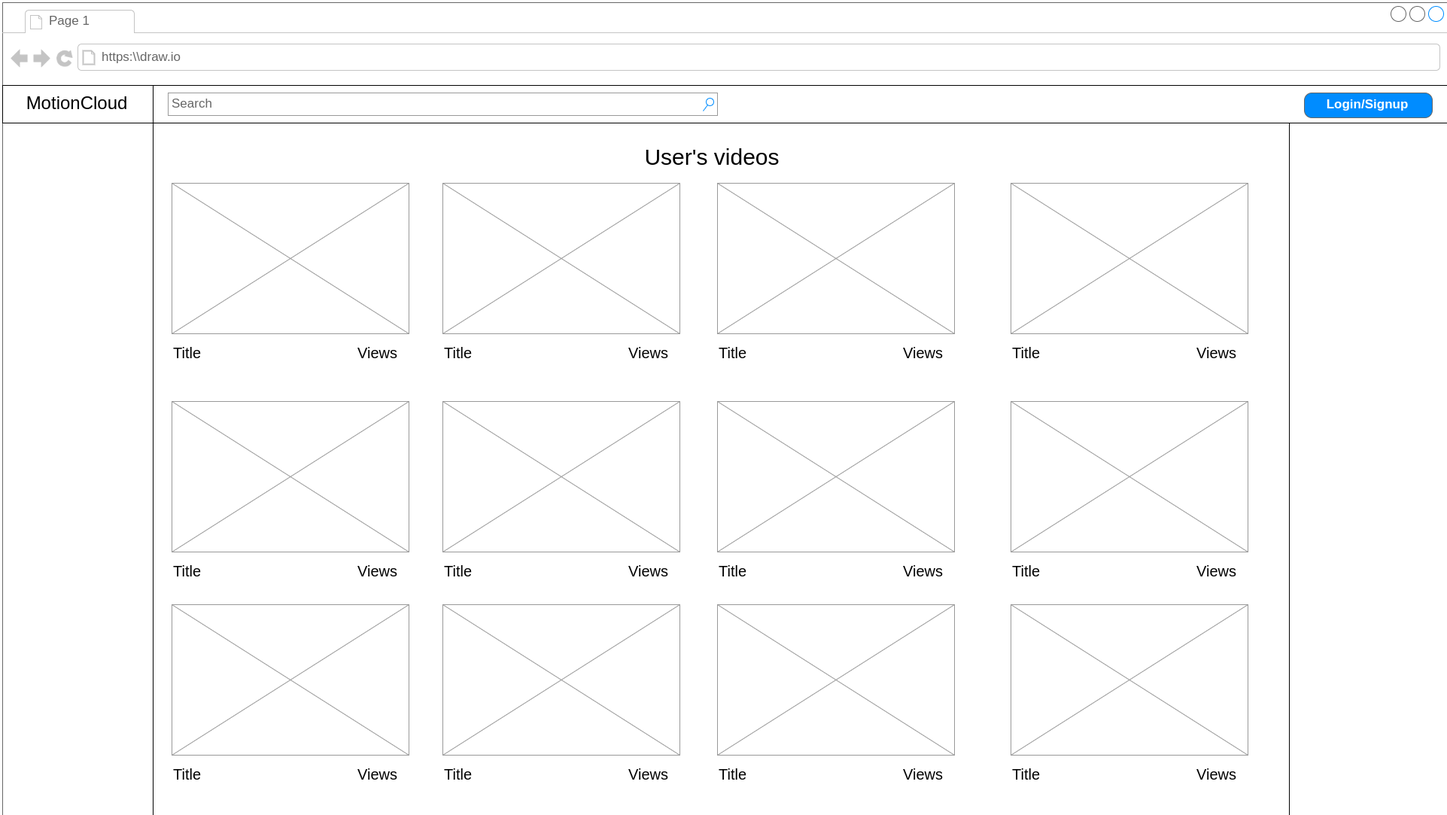
This is docs/wireframes/user-show.png from pv97/Motion-Cloud, a draw.io export, as it was before one commit. Source tidied: cells renumbered, new cells last; positions are measured from the earlier drawing's top-left corner, leaving out a move shared by most shapes.
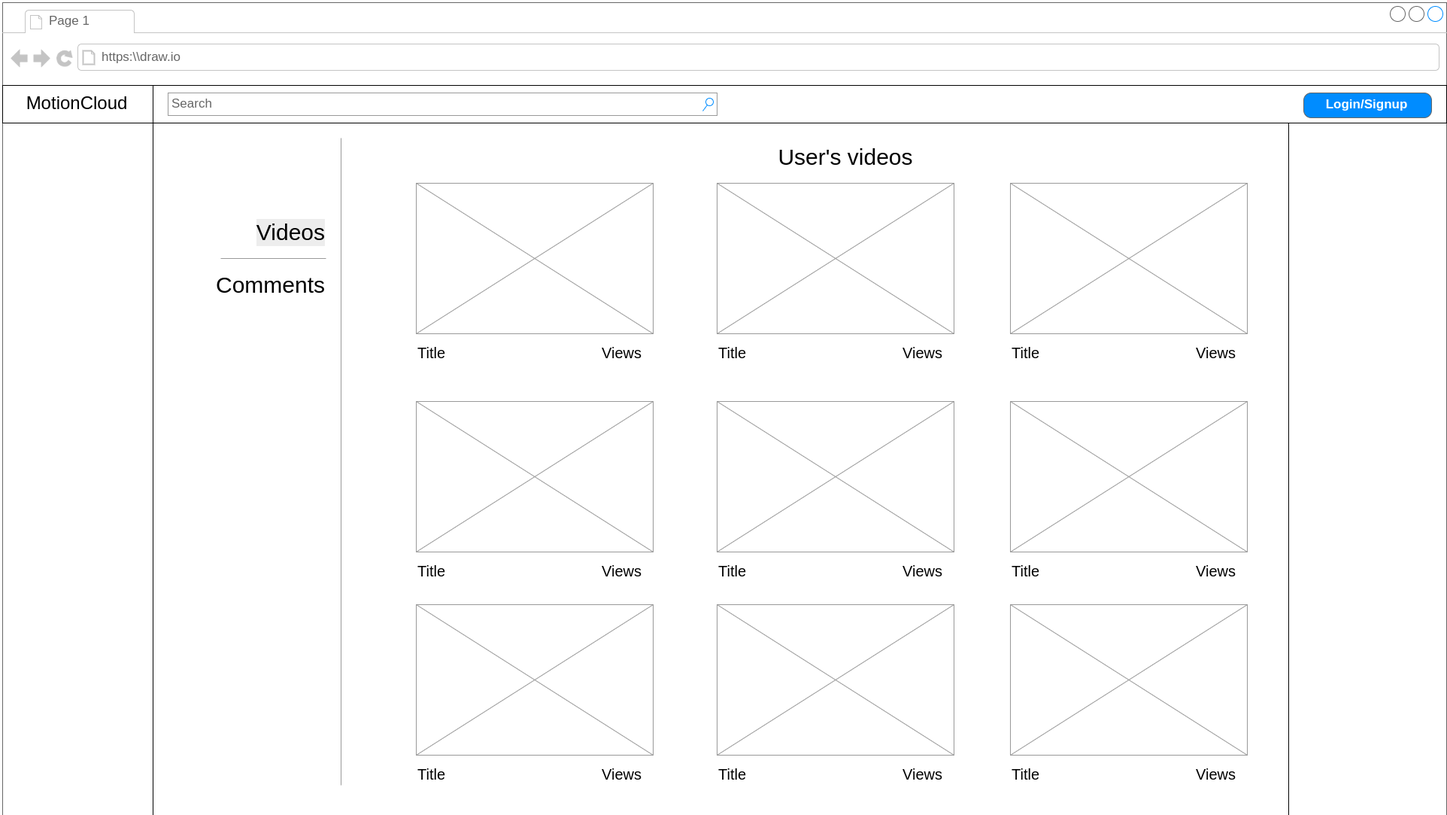
Later version of the same file.

Change to the diagram source:
```diff
@@ -1,4 +1,4 @@
-<mxGraphModel background="#ffffff">
+<mxGraphModel>
   <root>
     <mxCell id="0" />
     <mxCell id="1" parent="0" />
@@ -26,23 +26,14 @@
     <mxCell id="9" style="whiteSpace=wrap;html=1;" parent="2" vertex="1">
       <mxGeometry x="200" y="160" width="1510" height="920" as="geometry" />
     </mxCell>
-    <mxCell id="10" style="verticalLabelPosition=bottom;shadow=0;dashed=0;align=center;html=1;verticalAlign=top;strokeWidth=1;shape=mxgraph.mockup.graphics.simpleIcon;strokeColor=#999999;fillColor=#ffffff;" parent="2" vertex="1">
-      <mxGeometry x="225" y="240" width="315" height="200" as="geometry" />
-    </mxCell>
-    <mxCell id="11" value="&lt;div style=&quot;text-align: left&quot;&gt;&lt;span&gt;&lt;font style=&quot;font-size: 20px&quot;&gt;Title&lt;/font&gt;&lt;/span&gt;&lt;/div&gt;" style="text;html=1;strokeColor=none;fillColor=none;align=left;verticalAlign=middle;whiteSpace=wrap;" parent="2" vertex="1">
-      <mxGeometry x="225" y="440" width="165" height="50" as="geometry" />
-    </mxCell>
-    <mxCell id="12" value="&lt;div style=&quot;text-align: left&quot;&gt;&lt;span style=&quot;font-size: 20px&quot;&gt;Views&lt;/span&gt;&lt;/div&gt;" style="text;html=1;strokeColor=none;fillColor=none;align=left;verticalAlign=middle;whiteSpace=wrap;" parent="2" vertex="1">
-      <mxGeometry x="470" y="440" width="70" height="50" as="geometry" />
-    </mxCell>
     <mxCell id="13" style="verticalLabelPosition=bottom;shadow=0;dashed=0;align=center;html=1;verticalAlign=top;strokeWidth=1;shape=mxgraph.mockup.graphics.simpleIcon;strokeColor=#999999;fillColor=#ffffff;" parent="2" vertex="1">
-      <mxGeometry x="585" y="240" width="315" height="200" as="geometry" />
+      <mxGeometry x="550" y="240" width="315" height="200" as="geometry" />
     </mxCell>
     <mxCell id="14" value="&lt;div style=&quot;text-align: left&quot;&gt;&lt;span&gt;&lt;font style=&quot;font-size: 20px&quot;&gt;Title&lt;br&gt;&lt;/font&gt;&lt;/span&gt;&lt;/div&gt;" style="text;html=1;strokeColor=none;fillColor=none;align=left;verticalAlign=middle;whiteSpace=wrap;" parent="2" vertex="1">
-      <mxGeometry x="585" y="440" width="165" height="50" as="geometry" />
+      <mxGeometry x="550" y="440" width="165" height="50" as="geometry" />
     </mxCell>
     <mxCell id="15" value="&lt;div style=&quot;text-align: left&quot;&gt;&lt;span style=&quot;font-size: 20px&quot;&gt;Views&lt;/span&gt;&lt;/div&gt;" style="text;html=1;strokeColor=none;fillColor=none;align=left;verticalAlign=middle;whiteSpace=wrap;" parent="2" vertex="1">
-      <mxGeometry x="830" y="440" width="70" height="50" as="geometry" />
+      <mxGeometry x="795" y="440" width="70" height="50" as="geometry" />
     </mxCell>
     <mxCell id="16" style="verticalLabelPosition=bottom;shadow=0;dashed=0;align=center;html=1;verticalAlign=top;strokeWidth=1;shape=mxgraph.mockup.graphics.simpleIcon;strokeColor=#999999;fillColor=#ffffff;" parent="2" vertex="1">
       <mxGeometry x="950" y="240" width="315" height="200" as="geometry" />
@@ -62,23 +53,14 @@
     <mxCell id="21" value="&lt;div style=&quot;text-align: left&quot;&gt;&lt;span style=&quot;font-size: 20px&quot;&gt;Views&lt;/span&gt;&lt;/div&gt;" style="text;html=1;strokeColor=none;fillColor=none;align=left;verticalAlign=middle;whiteSpace=wrap;" parent="2" vertex="1">
       <mxGeometry x="1585" y="440" width="70" height="50" as="geometry" />
     </mxCell>
-    <mxCell id="22" style="verticalLabelPosition=bottom;shadow=0;dashed=0;align=center;html=1;verticalAlign=top;strokeWidth=1;shape=mxgraph.mockup.graphics.simpleIcon;strokeColor=#999999;fillColor=#ffffff;" parent="2" vertex="1">
-      <mxGeometry x="225" y="530" width="315" height="200" as="geometry" />
-    </mxCell>
-    <mxCell id="23" value="&lt;div style=&quot;text-align: left&quot;&gt;&lt;span&gt;&lt;font style=&quot;font-size: 20px&quot;&gt;Title&lt;br&gt;&lt;/font&gt;&lt;/span&gt;&lt;/div&gt;" style="text;html=1;strokeColor=none;fillColor=none;align=left;verticalAlign=middle;whiteSpace=wrap;" parent="2" vertex="1">
-      <mxGeometry x="225" y="730" width="165" height="50" as="geometry" />
-    </mxCell>
-    <mxCell id="24" value="&lt;div style=&quot;text-align: left&quot;&gt;&lt;span style=&quot;font-size: 20px&quot;&gt;Views&lt;/span&gt;&lt;/div&gt;" style="text;html=1;strokeColor=none;fillColor=none;align=left;verticalAlign=middle;whiteSpace=wrap;" parent="2" vertex="1">
-      <mxGeometry x="470" y="730" width="70" height="50" as="geometry" />
-    </mxCell>
     <mxCell id="25" style="verticalLabelPosition=bottom;shadow=0;dashed=0;align=center;html=1;verticalAlign=top;strokeWidth=1;shape=mxgraph.mockup.graphics.simpleIcon;strokeColor=#999999;fillColor=#ffffff;" parent="2" vertex="1">
-      <mxGeometry x="585" y="530" width="315" height="200" as="geometry" />
+      <mxGeometry x="550" y="530" width="315" height="200" as="geometry" />
     </mxCell>
     <mxCell id="26" value="&lt;div style=&quot;text-align: left&quot;&gt;&lt;span style=&quot;font-size: 20px&quot;&gt;Title&lt;/span&gt;&lt;/div&gt;" style="text;html=1;strokeColor=none;fillColor=none;align=left;verticalAlign=middle;whiteSpace=wrap;" parent="2" vertex="1">
-      <mxGeometry x="585" y="730" width="165" height="50" as="geometry" />
+      <mxGeometry x="550" y="730" width="165" height="50" as="geometry" />
     </mxCell>
     <mxCell id="27" value="&lt;div style=&quot;text-align: left&quot;&gt;&lt;span style=&quot;font-size: 20px&quot;&gt;Views&lt;/span&gt;&lt;/div&gt;" style="text;html=1;strokeColor=none;fillColor=none;align=left;verticalAlign=middle;whiteSpace=wrap;" parent="2" vertex="1">
-      <mxGeometry x="830" y="730" width="70" height="50" as="geometry" />
+      <mxGeometry x="795" y="730" width="70" height="50" as="geometry" />
     </mxCell>
     <mxCell id="28" style="verticalLabelPosition=bottom;shadow=0;dashed=0;align=center;html=1;verticalAlign=top;strokeWidth=1;shape=mxgraph.mockup.graphics.simpleIcon;strokeColor=#999999;fillColor=#ffffff;" parent="2" vertex="1">
       <mxGeometry x="950" y="530" width="315" height="200" as="geometry" />
@@ -98,23 +80,14 @@
     <mxCell id="33" value="&lt;div style=&quot;text-align: left&quot;&gt;&lt;span style=&quot;font-size: 20px&quot;&gt;Views&lt;/span&gt;&lt;/div&gt;" style="text;html=1;strokeColor=none;fillColor=none;align=left;verticalAlign=middle;whiteSpace=wrap;" parent="2" vertex="1">
       <mxGeometry x="1585" y="730" width="70" height="50" as="geometry" />
     </mxCell>
-    <mxCell id="34" style="verticalLabelPosition=bottom;shadow=0;dashed=0;align=center;html=1;verticalAlign=top;strokeWidth=1;shape=mxgraph.mockup.graphics.simpleIcon;strokeColor=#999999;fillColor=#ffffff;" parent="2" vertex="1">
-      <mxGeometry x="225" y="800" width="315" height="200" as="geometry" />
-    </mxCell>
-    <mxCell id="35" value="&lt;div style=&quot;text-align: left&quot;&gt;&lt;span&gt;&lt;font style=&quot;font-size: 20px&quot;&gt;Title&lt;/font&gt;&lt;/span&gt;&lt;/div&gt;" style="text;html=1;strokeColor=none;fillColor=none;align=left;verticalAlign=middle;whiteSpace=wrap;" parent="2" vertex="1">
-      <mxGeometry x="225" y="1000" width="165" height="50" as="geometry" />
-    </mxCell>
-    <mxCell id="36" value="&lt;div style=&quot;text-align: left&quot;&gt;&lt;span style=&quot;font-size: 20px&quot;&gt;Views&lt;/span&gt;&lt;/div&gt;" style="text;html=1;strokeColor=none;fillColor=none;align=left;verticalAlign=middle;whiteSpace=wrap;" parent="2" vertex="1">
-      <mxGeometry x="470" y="1000" width="70" height="50" as="geometry" />
-    </mxCell>
     <mxCell id="37" style="verticalLabelPosition=bottom;shadow=0;dashed=0;align=center;html=1;verticalAlign=top;strokeWidth=1;shape=mxgraph.mockup.graphics.simpleIcon;strokeColor=#999999;fillColor=#ffffff;" parent="2" vertex="1">
-      <mxGeometry x="585" y="800" width="315" height="200" as="geometry" />
+      <mxGeometry x="550" y="800" width="315" height="200" as="geometry" />
     </mxCell>
     <mxCell id="38" value="&lt;div style=&quot;text-align: left&quot;&gt;&lt;span&gt;&lt;font style=&quot;font-size: 20px&quot;&gt;Title&lt;/font&gt;&lt;/span&gt;&lt;/div&gt;" style="text;html=1;strokeColor=none;fillColor=none;align=left;verticalAlign=middle;whiteSpace=wrap;" parent="2" vertex="1">
-      <mxGeometry x="585" y="1000" width="165" height="50" as="geometry" />
+      <mxGeometry x="550" y="1000" width="165" height="50" as="geometry" />
     </mxCell>
     <mxCell id="39" value="&lt;div style=&quot;text-align: left&quot;&gt;&lt;span style=&quot;font-size: 20px&quot;&gt;Views&lt;/span&gt;&lt;/div&gt;" style="text;html=1;strokeColor=none;fillColor=none;align=left;verticalAlign=middle;whiteSpace=wrap;" parent="2" vertex="1">
-      <mxGeometry x="830" y="1000" width="70" height="50" as="geometry" />
+      <mxGeometry x="795" y="1000" width="70" height="50" as="geometry" />
     </mxCell>
     <mxCell id="40" style="verticalLabelPosition=bottom;shadow=0;dashed=0;align=center;html=1;verticalAlign=top;strokeWidth=1;shape=mxgraph.mockup.graphics.simpleIcon;strokeColor=#999999;fillColor=#ffffff;" parent="2" vertex="1">
       <mxGeometry x="950" y="800" width="315" height="200" as="geometry" />
@@ -135,10 +108,22 @@
       <mxGeometry x="1585" y="1000" width="70" height="50" as="geometry" />
     </mxCell>
     <mxCell id="46" value="&lt;font style=&quot;font-size: 30px&quot;&gt;User's videos&lt;/font&gt;" style="text;html=1;strokeColor=none;fillColor=none;align=center;verticalAlign=middle;whiteSpace=wrap;" parent="2" vertex="1">
-      <mxGeometry x="225" y="180" width="1435" height="50" as="geometry" />
+      <mxGeometry x="580" y="180" width="1080" height="50" as="geometry" />
     </mxCell>
     <mxCell id="47" style="edgeStyle=orthogonalEdgeStyle;rounded=0;html=1;exitX=0.5;exitY=1;entryX=0.5;entryY=1;jettySize=auto;orthogonalLoop=1;" parent="2" edge="1" source="26" target="26">
       <mxGeometry relative="1" as="geometry" />
     </mxCell>
+    <mxCell id="48" style="verticalLabelPosition=bottom;shadow=0;dashed=0;align=center;html=1;verticalAlign=top;strokeWidth=1;shape=mxgraph.mockup.markup.line;strokeColor=#999999;direction=north;labelBackgroundColor=#99CCFF;fillColor=#ffffff;fontSize=20;" parent="2" vertex="1">
+      <mxGeometry x="440" y="180" width="20" height="860" as="geometry" />
+    </mxCell>
+    <mxCell id="49" value="&lt;font style=&quot;font-size: 30px&quot;&gt;Videos&lt;/font&gt;" style="text;html=1;strokeColor=none;fillColor=none;align=right;verticalAlign=middle;whiteSpace=wrap;labelBackgroundColor=#EDEDED;fontSize=20;" parent="2" vertex="1">
+      <mxGeometry x="290" y="270" width="140" height="70" as="geometry" />
+    </mxCell>
+    <mxCell id="50" value="&lt;font style=&quot;font-size: 30px&quot;&gt;Comments&lt;/font&gt;" style="text;html=1;strokeColor=none;fillColor=none;align=right;verticalAlign=middle;whiteSpace=wrap;labelBackgroundColor=#FFFFFF;fontSize=20;" parent="2" vertex="1">
+      <mxGeometry x="260" y="340" width="170" height="70" as="geometry" />
+    </mxCell>
+    <mxCell id="51" style="verticalLabelPosition=bottom;shadow=0;dashed=0;align=center;html=1;verticalAlign=top;strokeWidth=1;shape=mxgraph.mockup.markup.line;strokeColor=#999999;labelBackgroundColor=#FFFFFF;fillColor=#ffffff;fontSize=20;" parent="2" vertex="1">
+      <mxGeometry x="290" y="330" width="140" height="20" as="geometry" />
+    </mxCell>
   </root>
 </mxGraphModel>
```
